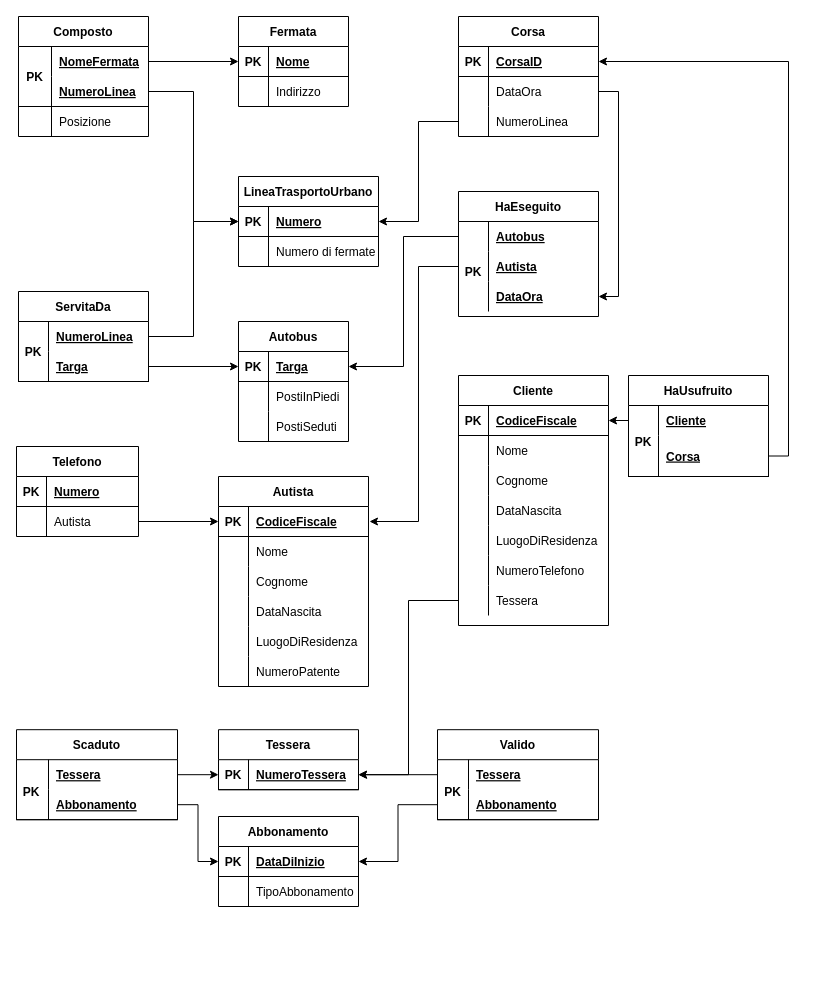
This is er/tables.drawio from AlessandroZanatta/DatabaseProject, a draw.io file, before an edit. Source tidied: cells renumbered, new cells numbered last; positions are measured from the earlier drawing's top-left corner, leaving out a move shared by most shapes. Both pictures are drawn from the tidied source at 100%, with x=0, y=0 at pixel (16, 16).
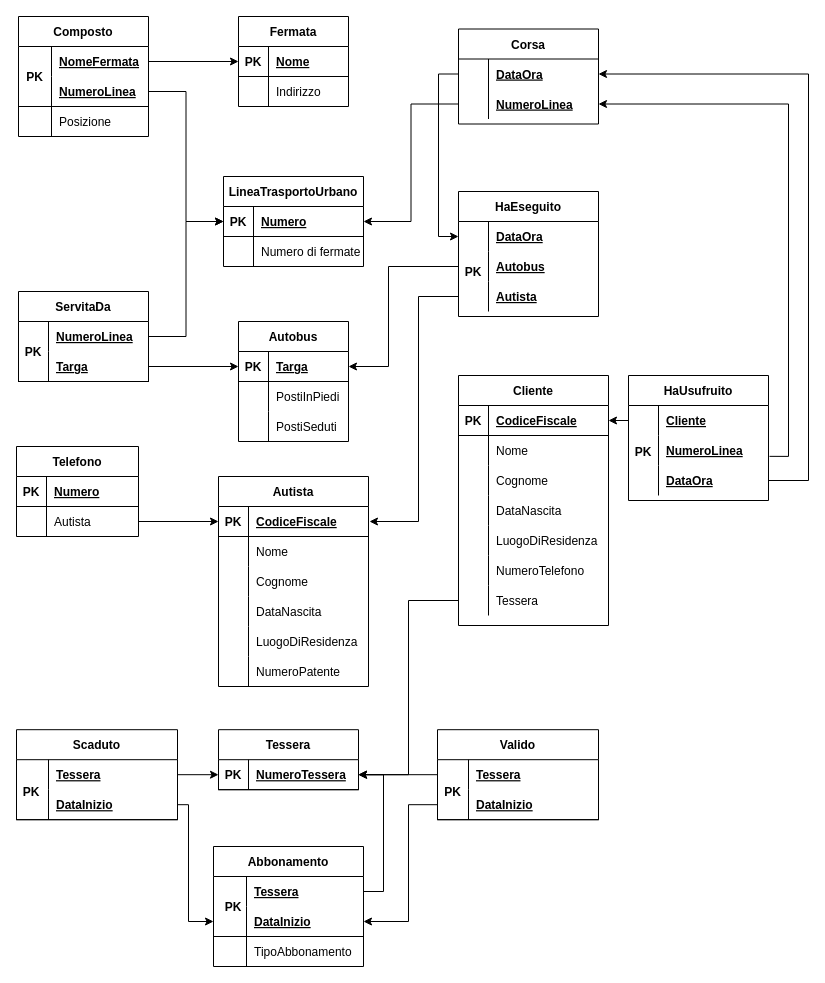
Above is the later version.

Unchanged cells that the change refers to:
```xml
<mxCell id="30" style="shape=partialRectangle;fillColor=none;top=0;left=0;bottom=1;right=0;points=[[0,0.5],[1,0.5]];portConstraint=eastwest;" parent="29" vertex="1">
  <mxGeometry y="30" width="110" height="30" as="geometry" />
</mxCell>
<mxCell id="49" style="shape=partialRectangle;fillColor=none;top=0;left=0;bottom=0;right=0;points=[[0,0.5],[1,0.5]];portConstraint=eastwest;" parent="48" vertex="1">
  <mxGeometry y="30" width="140" height="30" as="geometry" />
</mxCell>
<mxCell id="52" style="shape=partialRectangle;fillColor=none;top=0;left=0;bottom=0;right=0;points=[[0,0.5],[1,0.5]];portConstraint=eastwest;" parent="48" vertex="1">
  <mxGeometry y="60" width="140" height="30" as="geometry" />
</mxCell>
<mxCell id="55" style="shape=partialRectangle;fillColor=none;top=0;left=0;bottom=0;right=0;points=[[0,0.5],[1,0.5]];portConstraint=eastwest;" parent="48" vertex="1">
  <mxGeometry y="90" width="140" height="30" as="geometry" />
</mxCell>
<mxCell id="80" style="shape=partialRectangle;fillColor=none;top=0;left=0;bottom=1;right=0;points=[[0,0.5],[1,0.5]];portConstraint=eastwest;" parent="79" vertex="1">
  <mxGeometry y="30" width="150" height="30" as="geometry" />
</mxCell>
<mxCell id="130" value="Tessera" style="shape=table;startSize=30;childLayout=tableLayout;rowLines=0;fontStyle=1;align=center;" parent="1" vertex="1">
  <mxGeometry x="202" y="713.2" width="140" height="60" as="geometry" />
</mxCell>
<mxCell id="139" style="shape=partialRectangle;fillColor=none;top=0;left=0;bottom=1;right=0;points=[[0,0.5],[1,0.5]];portConstraint=eastwest;" parent="135" vertex="1">
  <mxGeometry y="60" width="161" height="30" as="geometry" />
</mxCell>
<mxCell id="155" style="shape=partialRectangle;fillColor=none;top=0;left=0;bottom=1;right=0;points=[[0,0.5],[1,0.5]];portConstraint=eastwest;" parent="151" vertex="1">
  <mxGeometry y="60" width="161" height="30" as="geometry" />
</mxCell>
```

What changed in the source:
```diff
@@
+    <mxCell id="109" value="HaUsufruito" style="shape=table;startSize=30;childLayout=tableLayout;rowLines=0;fontStyle=1;align=center;" parent="1" vertex="1">
+      <mxGeometry x="612" y="359" width="140" height="125" as="geometry" />
+    </mxCell>
+    <mxCell id="166" style="shape=partialRectangle;fillColor=none;top=0;left=0;bottom=0;right=0;" parent="109" vertex="1">
+      <mxGeometry y="30" width="140" height="30" as="geometry" />
+    </mxCell>
+    <mxCell id="167" style="shape=partialRectangle;fillColor=none;top=0;left=0;bottom=0;right=0;fontStyle=1;overflow=hidden;" parent="166" vertex="1">
+      <mxGeometry width="30" height="30" as="geometry" />
+    </mxCell>
+    <mxCell id="112" value="Cliente" style="shape=partialRectangle;fillColor=none;top=0;left=0;bottom=0;right=0;align=left;spacingLeft=6;fontStyle=5;overflow=hidden;" parent="166" vertex="1">
+      <mxGeometry x="30" width="110" height="30" as="geometry" />
+    </mxCell>
+    <mxCell id="168" style="shape=partialRectangle;fillColor=none;top=0;left=0;bottom=0;right=0;points=[[0,0.5],[1,0.5]];portConstraint=eastwest;" parent="109" vertex="1">
+      <mxGeometry y="60" width="140" height="30" as="geometry" />
+    </mxCell>
+    <mxCell id="169" style="shape=partialRectangle;fillColor=none;top=0;left=0;bottom=0;right=0;fontStyle=1;overflow=hidden;" parent="168" vertex="1">
+      <mxGeometry width="30" height="30" as="geometry" />
+    </mxCell>
+    <mxCell id="170" value="NumeroLinea" style="shape=partialRectangle;fillColor=none;top=0;left=0;bottom=0;right=0;align=left;spacingLeft=6;fontStyle=5;overflow=hidden;" parent="168" vertex="1">
+      <mxGeometry x="30" width="110" height="30" as="geometry" />
+    </mxCell>
+    <mxCell id="123" style="shape=partialRectangle;fillColor=none;top=0;left=0;bottom=0;right=0;points=[[0,0.5],[1,0.5]];portConstraint=eastwest;" parent="109" vertex="1">
+      <mxGeometry y="90" width="140" height="30" as="geometry" />
+    </mxCell>
+    <mxCell id="171" style="shape=partialRectangle;fillColor=none;top=0;left=0;bottom=0;right=0;fontStyle=1;overflow=hidden;" parent="123" vertex="1">
+      <mxGeometry width="30" height="30" as="geometry" />
+    </mxCell>
+    <mxCell id="172" value="DataOra" style="shape=partialRectangle;fillColor=none;top=0;left=0;bottom=0;right=0;align=left;spacingLeft=6;fontStyle=5;overflow=hidden;" parent="123" vertex="1">
+      <mxGeometry x="30" width="110" height="30" as="geometry" />
+    </mxCell>
@@
     <mxCell id="10" value="LineaTrasportoUrbano" style="shape=table;startSize=30;childLayout=tableLayout;rowLines=0;fontStyle=1;align=center;" parent="1" vertex="1">
-      <mxGeometry x="222" y="160" width="140" height="90" as="geometry" />
+      <mxGeometry x="207" y="160" width="140" height="90" as="geometry" />
     </mxCell>
@@
-    <mxCell id="51" value="Autobus" style="shape=partialRectangle;fillColor=none;top=0;left=0;bottom=0;right=0;align=left;spacingLeft=6;fontStyle=5;overflow=hidden;" parent="49" vertex="1">
+    <mxCell id="51" value="DataOra" style="shape=partialRectangle;fillColor=none;top=0;left=0;bottom=0;right=0;align=left;spacingLeft=6;fontStyle=5;overflow=hidden;" parent="49" vertex="1">
       <mxGeometry x="30" width="110" height="30" as="geometry" />
     </mxCell>
@@
-    <mxCell id="54" value="Autista" style="shape=partialRectangle;fillColor=none;top=0;left=0;bottom=0;right=0;align=left;spacingLeft=6;fontStyle=5;overflow=hidden;" parent="52" vertex="1">
+    <mxCell id="54" value="Autobus" style="shape=partialRectangle;fillColor=none;top=0;left=0;bottom=0;right=0;align=left;spacingLeft=6;fontStyle=5;overflow=hidden;" parent="52" vertex="1">
       <mxGeometry x="30" width="110" height="30" as="geometry" />
     </mxCell>
@@
-    <mxCell id="57" value="DataOra" style="shape=partialRectangle;fillColor=none;top=0;left=0;bottom=0;right=0;align=left;spacingLeft=6;fontStyle=5;overflow=hidden;" parent="55" vertex="1">
+    <mxCell id="57" value="Autista" style="shape=partialRectangle;fillColor=none;top=0;left=0;bottom=0;right=0;align=left;spacingLeft=6;fontStyle=5;overflow=hidden;" parent="55" vertex="1">
       <mxGeometry x="30" width="110" height="30" as="geometry" />
     </mxCell>
-    <mxCell id="58" style="edgeStyle=orthogonalEdgeStyle;rounded=0;jettySize=auto;html=1;exitX=0;exitY=0.5;exitDx=0;exitDy=0;entryX=1;entryY=0.5;entryDx=0;entryDy=0;" parent="1" edge="1" source="49" target="30">
-      <mxGeometry relative="1" as="geometry" />
+    <mxCell id="58" style="edgeStyle=orthogonalEdgeStyle;rounded=0;jettySize=auto;html=1;entryX=1;entryY=0.5;entryDx=0;entryDy=0;" parent="1" edge="1" target="30">
+      <mxGeometry relative="1" as="geometry">
+        <mxPoint x="442" y="250" as="sourcePoint" />
+        <Array as="points">
+          <mxPoint x="372" y="250" />
+          <mxPoint x="372" y="350" />
+        </Array>
+      </mxGeometry>
     </mxCell>
@@
-    <mxCell id="78" style="edgeStyle=orthogonalEdgeStyle;rounded=0;jettySize=auto;html=1;exitX=0;exitY=0.5;exitDx=0;exitDy=0;" parent="1" edge="1" source="52">
+    <mxCell id="78" style="edgeStyle=orthogonalEdgeStyle;rounded=0;jettySize=auto;html=1;exitX=0;exitY=0.5;exitDx=0;exitDy=0;" parent="1" edge="1" source="55">
       <mxGeometry relative="1" as="geometry">
         <mxPoint x="353" y="505" as="targetPoint" />
         <Array as="points">
-          <mxPoint x="402" y="250" />
+          <mxPoint x="402" y="280" />
           <mxPoint x="402" y="505" />
         </Array>
       </mxGeometry>
     </mxCell>
@@
-    <mxCell id="109" value="HaUsufruito" style="shape=table;startSize=30;childLayout=tableLayout;rowLines=0;fontStyle=1;align=center;" parent="1" vertex="1">
-      <mxGeometry x="612" y="359" width="140" height="101" as="geometry" />
-    </mxCell>
-    <mxCell id="110" style="shape=partialRectangle;fillColor=none;top=0;left=0;bottom=0;right=0;points=[[0,0.5],[1,0.5]];portConstraint=eastwest;" parent="109" vertex="1">
-      <mxGeometry y="30" width="140" height="30" as="geometry" />
-    </mxCell>
-    <mxCell id="111" style="shape=partialRectangle;fillColor=none;top=0;left=0;bottom=0;right=0;fontStyle=1;overflow=hidden;" parent="110" vertex="1">
-      <mxGeometry width="30" height="30" as="geometry" />
-    </mxCell>
-    <mxCell id="112" value="Cliente" style="shape=partialRectangle;fillColor=none;top=0;left=0;bottom=0;right=0;align=left;spacingLeft=6;fontStyle=5;overflow=hidden;" parent="110" vertex="1">
-      <mxGeometry x="30" width="110" height="30" as="geometry" />
-    </mxCell>
-    <mxCell id="113" style="shape=partialRectangle;fillColor=none;top=0;left=0;bottom=1;right=0;points=[[0,0.5],[1,0.5]];portConstraint=eastwest;" parent="109" vertex="1">
-      <mxGeometry y="60" width="140" height="41" as="geometry" />
-    </mxCell>
-    <mxCell id="114" style="shape=partialRectangle;fillColor=none;top=0;left=0;bottom=0;right=0;fontStyle=1;overflow=hidden;" parent="113" vertex="1">
-      <mxGeometry width="30" height="41" as="geometry" />
-    </mxCell>
-    <mxCell id="115" value="Corsa" style="shape=partialRectangle;fillColor=none;top=0;left=0;bottom=0;right=0;align=left;spacingLeft=6;fontStyle=5;overflow=hidden;" parent="113" vertex="1">
-      <mxGeometry x="30" width="110" height="41" as="geometry" />
-    </mxCell>
-    <mxCell id="116" value="Corsa" style="shape=table;startSize=30;childLayout=tableLayout;rowLines=0;fontStyle=1;align=center;" parent="1" vertex="1">
-      <mxGeometry x="442" width="140" height="120" as="geometry" />
-    </mxCell>
-    <mxCell id="117" style="shape=partialRectangle;fillColor=none;top=0;left=0;bottom=1;right=0;points=[[0,0.5],[1,0.5]];portConstraint=eastwest;" parent="116" vertex="1">
-      <mxGeometry y="30" width="140" height="30" as="geometry" />
-    </mxCell>
-    <mxCell id="118" value="PK" style="shape=partialRectangle;fillColor=none;top=0;left=0;bottom=0;right=0;fontStyle=1;overflow=hidden;" parent="117" vertex="1">
-      <mxGeometry width="30" height="30" as="geometry" />
-    </mxCell>
-    <mxCell id="119" value="CorsaID" style="shape=partialRectangle;fillColor=none;top=0;left=0;bottom=0;right=0;align=left;spacingLeft=6;fontStyle=5;overflow=hidden;" parent="117" vertex="1">
-      <mxGeometry x="30" width="110" height="30" as="geometry" />
-    </mxCell>
-    <mxCell id="120" style="shape=partialRectangle;fillColor=none;top=0;left=0;bottom=0;right=0;points=[[0,0.5],[1,0.5]];portConstraint=eastwest;" parent="116" vertex="1">
-      <mxGeometry y="60" width="140" height="30" as="geometry" />
-    </mxCell>
-    <mxCell id="121" style="shape=partialRectangle;fillColor=none;top=0;left=0;bottom=0;right=0;overflow=hidden;" parent="120" vertex="1">
-      <mxGeometry width="30" height="30" as="geometry" />
-    </mxCell>
-    <mxCell id="122" value="DataOra" style="shape=partialRectangle;fillColor=none;top=0;left=0;bottom=0;right=0;align=left;spacingLeft=6;overflow=hidden;" parent="120" vertex="1">
-      <mxGeometry x="30" width="110" height="30" as="geometry" />
-    </mxCell>
-    <mxCell id="123" style="shape=partialRectangle;fillColor=none;top=0;left=0;bottom=0;right=0;points=[[0,0.5],[1,0.5]];portConstraint=eastwest;" parent="116" vertex="1">
-      <mxGeometry y="90" width="140" height="30" as="geometry" />
-    </mxCell>
-    <mxCell id="124" style="shape=partialRectangle;fillColor=none;top=0;left=0;bottom=0;right=0;overflow=hidden;" parent="123" vertex="1">
-      <mxGeometry width="30" height="30" as="geometry" />
-    </mxCell>
-    <mxCell id="125" value="NumeroLinea" style="shape=partialRectangle;fillColor=none;top=0;left=0;bottom=0;right=0;align=left;spacingLeft=6;overflow=hidden;" parent="123" vertex="1">
-      <mxGeometry x="30" width="110" height="30" as="geometry" />
-    </mxCell>
-    <mxCell id="126" style="edgeStyle=orthogonalEdgeStyle;rounded=0;jettySize=auto;html=1;exitX=0;exitY=0.5;exitDx=0;exitDy=0;entryX=1;entryY=0.5;entryDx=0;entryDy=0;" parent="1" edge="1" source="123" target="10">
+    <mxCell id="126" style="edgeStyle=orthogonalEdgeStyle;rounded=0;jettySize=auto;html=1;exitX=0;exitY=0.5;exitDx=0;exitDy=0;entryX=1;entryY=0.5;entryDx=0;entryDy=0;" parent="1" edge="1" source="176" target="10">
       <mxGeometry relative="1" as="geometry" />
     </mxCell>
-    <mxCell id="127" style="edgeStyle=orthogonalEdgeStyle;rounded=0;jettySize=auto;html=1;exitX=1;exitY=0.5;exitDx=0;exitDy=0;entryX=1;entryY=0.5;entryDx=0;entryDy=0;" parent="1" edge="1" source="120" target="55">
-      <mxGeometry relative="1" as="geometry">
-        <Array as="points">
-          <mxPoint x="602" y="75" />
-          <mxPoint x="602" y="280" />
-        </Array>
-      </mxGeometry>
-    </mxCell>
-    <mxCell id="128" style="edgeStyle=orthogonalEdgeStyle;rounded=0;jettySize=auto;html=1;exitX=1;exitY=0.5;exitDx=0;exitDy=0;entryX=1;entryY=0.5;entryDx=0;entryDy=0;" parent="1" edge="1" source="113" target="117">
-      <mxGeometry relative="1" as="geometry" />
-    </mxCell>
-    <mxCell id="129" style="edgeStyle=orthogonalEdgeStyle;rounded=0;jettySize=auto;html=1;exitX=0;exitY=0.5;exitDx=0;exitDy=0;entryX=1;entryY=0.5;entryDx=0;entryDy=0;" parent="1" edge="1" source="110" target="80">
-      <mxGeometry relative="1" as="geometry" />
+    <mxCell id="129" style="edgeStyle=orthogonalEdgeStyle;rounded=0;jettySize=auto;html=1;exitX=0;exitY=0.5;exitDx=0;exitDy=0;entryX=1;entryY=0.5;entryDx=0;entryDy=0;" parent="1" edge="1" target="80">
+      <mxGeometry relative="1" as="geometry">
+        <mxPoint x="612" y="404" as="sourcePoint" />
+      </mxGeometry>
     </mxCell>
@@
-    <mxCell id="141" value="Abbonamento" style="shape=partialRectangle;fillColor=none;top=0;left=0;bottom=0;right=0;align=left;spacingLeft=6;fontStyle=5;overflow=hidden;" parent="139" vertex="1">
+    <mxCell id="141" value="DataInizio" style="shape=partialRectangle;fillColor=none;top=0;left=0;bottom=0;right=0;align=left;spacingLeft=6;fontStyle=5;overflow=hidden;" parent="139" vertex="1">
       <mxGeometry x="32" width="129" height="30" as="geometry" />
     </mxCell>
-    <mxCell id="142" value="Abbonamento" style="shape=table;startSize=30;childLayout=tableLayout;rowLines=0;fontStyle=1;align=center;" parent="1" vertex="1">
-      <mxGeometry x="202" y="800" width="140" height="90" as="geometry" />
-    </mxCell>
-    <mxCell id="143" style="shape=partialRectangle;fillColor=none;top=0;left=0;bottom=1;right=0;points=[[0,0.5],[1,0.5]];portConstraint=eastwest;" parent="142" vertex="1">
-      <mxGeometry y="30" width="140" height="30" as="geometry" />
-    </mxCell>
-    <mxCell id="144" value="PK" style="shape=partialRectangle;fillColor=none;top=0;left=0;bottom=0;right=0;fontStyle=1;overflow=hidden;" parent="143" vertex="1">
-      <mxGeometry width="30" height="30" as="geometry" />
-    </mxCell>
-    <mxCell id="145" value="DataDiInizio" style="shape=partialRectangle;fillColor=none;top=0;left=0;bottom=0;right=0;align=left;spacingLeft=6;fontStyle=5;overflow=hidden;" parent="143" vertex="1">
-      <mxGeometry x="30" width="110" height="30" as="geometry" />
-    </mxCell>
-    <mxCell id="146" style="shape=partialRectangle;fillColor=none;top=0;left=0;bottom=0;right=0;" parent="142" vertex="1">
-      <mxGeometry y="60" width="140" height="30" as="geometry" />
-    </mxCell>
-    <mxCell id="147" style="shape=partialRectangle;fillColor=none;top=0;left=0;bottom=0;right=0;overflow=hidden;" parent="146" vertex="1">
-      <mxGeometry width="30" height="30" as="geometry" />
-    </mxCell>
-    <mxCell id="148" value="TipoAbbonamento" style="shape=partialRectangle;fillColor=none;top=0;left=0;bottom=0;right=0;align=left;spacingLeft=6;overflow=hidden;" parent="146" vertex="1">
-      <mxGeometry x="30" width="110" height="30" as="geometry" />
-    </mxCell>
-    <mxCell id="149" style="edgeStyle=orthogonalEdgeStyle;rounded=0;jettySize=auto;html=1;exitX=1;exitY=0.5;exitDx=0;exitDy=0;entryX=0;entryY=0.5;entryDx=0;entryDy=0;" parent="1" edge="1" source="139" target="143">
-      <mxGeometry relative="1" as="geometry" />
+    <mxCell id="149" style="edgeStyle=orthogonalEdgeStyle;rounded=0;jettySize=auto;html=1;exitX=1;exitY=0.5;exitDx=0;exitDy=0;entryX=0;entryY=0.5;entryDx=0;entryDy=0;" parent="1" edge="1" source="139" target="182">
+      <mxGeometry relative="1" as="geometry">
+        <Array as="points">
+          <mxPoint x="172" y="788" />
+          <mxPoint x="172" y="905" />
+        </Array>
+      </mxGeometry>
     </mxCell>
@@
-    <mxCell id="157" value="Abbonamento" style="shape=partialRectangle;fillColor=none;top=0;left=0;bottom=0;right=0;align=left;spacingLeft=6;fontStyle=5;overflow=hidden;" parent="155" vertex="1">
+    <mxCell id="157" value="DataInizio" style="shape=partialRectangle;fillColor=none;top=0;left=0;bottom=0;right=0;align=left;spacingLeft=6;fontStyle=5;overflow=hidden;" parent="155" vertex="1">
       <mxGeometry x="31" width="130" height="30" as="geometry" />
     </mxCell>
@@
-    <mxCell id="159" style="edgeStyle=orthogonalEdgeStyle;rounded=0;jettySize=auto;html=1;exitX=0;exitY=0.5;exitDx=0;exitDy=0;entryX=1;entryY=0.5;entryDx=0;entryDy=0;" parent="1" edge="1" source="155" target="143">
-      <mxGeometry relative="1" as="geometry" />
+    <mxCell id="159" style="edgeStyle=orthogonalEdgeStyle;rounded=0;jettySize=auto;html=1;exitX=0;exitY=0.5;exitDx=0;exitDy=0;entryX=1;entryY=0.5;entryDx=0;entryDy=0;" parent="1" edge="1" source="155" target="182">
+      <mxGeometry relative="1" as="geometry">
+        <Array as="points">
+          <mxPoint x="392" y="788" />
+          <mxPoint x="392" y="905" />
+        </Array>
+      </mxGeometry>
     </mxCell>
@@
     <mxCell id="163" value="PK" style="shape=partialRectangle;fillColor=none;top=0;left=0;bottom=0;right=0;fontStyle=1;overflow=hidden;" parent="1" vertex="1">
-      <mxGeometry x="612" y="410" width="30" height="30" as="geometry" />
+      <mxGeometry x="612" y="420" width="30" height="30" as="geometry" />
     </mxCell>
@@
+    <mxCell id="116" value="Corsa" style="shape=table;startSize=30;childLayout=tableLayout;rowLines=0;fontStyle=1;align=center;" parent="1" vertex="1">
+      <mxGeometry x="442" y="12.5" width="140" height="95" as="geometry" />
+    </mxCell>
+    <mxCell id="173" style="shape=partialRectangle;fillColor=none;top=0;left=0;bottom=0;right=0;points=[[0,0.5],[1,0.5]];portConstraint=eastwest;" parent="116" vertex="1">
+      <mxGeometry y="30" width="140" height="30" as="geometry" />
+    </mxCell>
+    <mxCell id="174" style="shape=partialRectangle;fillColor=none;top=0;left=0;bottom=0;right=0;fontStyle=1;overflow=hidden;" parent="173" vertex="1">
+      <mxGeometry width="30" height="30" as="geometry" />
+    </mxCell>
+    <mxCell id="175" value="DataOra" style="shape=partialRectangle;fillColor=none;top=0;left=0;bottom=0;right=0;align=left;spacingLeft=6;fontStyle=5;overflow=hidden;" parent="173" vertex="1">
+      <mxGeometry x="30" width="110" height="30" as="geometry" />
+    </mxCell>
+    <mxCell id="176" style="shape=partialRectangle;fillColor=none;top=0;left=0;bottom=0;right=0;points=[[0,0.5],[1,0.5]];portConstraint=eastwest;" parent="116" vertex="1">
+      <mxGeometry y="60" width="140" height="30" as="geometry" />
+    </mxCell>
+    <mxCell id="177" style="shape=partialRectangle;fillColor=none;top=0;left=0;bottom=0;right=0;fontStyle=1;overflow=hidden;" parent="176" vertex="1">
+      <mxGeometry width="30" height="30" as="geometry" />
+    </mxCell>
+    <mxCell id="178" value="NumeroLinea" style="shape=partialRectangle;fillColor=none;top=0;left=0;bottom=0;right=0;align=left;spacingLeft=6;fontStyle=5;overflow=hidden;" parent="176" vertex="1">
+      <mxGeometry x="30" width="110" height="30" as="geometry" />
+    </mxCell>
+    <mxCell id="142" value="Abbonamento" style="shape=table;startSize=30;childLayout=tableLayout;rowLines=0;fontStyle=1;align=center;" parent="1" vertex="1">
+      <mxGeometry x="197" y="830" width="150" height="120" as="geometry" />
+    </mxCell>
+    <mxCell id="179" style="shape=partialRectangle;fillColor=none;top=0;left=0;bottom=0;right=0;points=[[0,0.5],[1,0.5]];portConstraint=eastwest;" parent="142" vertex="1">
+      <mxGeometry y="30" width="150" height="30" as="geometry" />
+    </mxCell>
+    <mxCell id="180" style="shape=partialRectangle;fillColor=none;top=0;left=0;bottom=0;right=0;fontStyle=1;overflow=hidden;" parent="179" vertex="1">
+      <mxGeometry width="33" height="30" as="geometry" />
+    </mxCell>
+    <mxCell id="181" value="Tessera" style="shape=partialRectangle;fillColor=none;top=0;left=0;bottom=0;right=0;align=left;spacingLeft=6;fontStyle=5;overflow=hidden;" parent="179" vertex="1">
+      <mxGeometry x="33" width="117" height="30" as="geometry" />
+    </mxCell>
+    <mxCell id="182" style="shape=partialRectangle;fillColor=none;top=0;left=0;bottom=1;right=0;points=[[0,0.5],[1,0.5]];portConstraint=eastwest;" parent="142" vertex="1">
+      <mxGeometry y="60" width="150" height="30" as="geometry" />
+    </mxCell>
+    <mxCell id="183" style="shape=partialRectangle;fillColor=none;top=0;left=0;bottom=0;right=0;fontStyle=1;overflow=hidden;" parent="182" vertex="1">
+      <mxGeometry width="33" height="30" as="geometry" />
+    </mxCell>
+    <mxCell id="184" value="DataInizio" style="shape=partialRectangle;fillColor=none;top=0;left=0;bottom=0;right=0;align=left;spacingLeft=6;fontStyle=5;overflow=hidden;" parent="182" vertex="1">
+      <mxGeometry x="33" width="117" height="30" as="geometry" />
+    </mxCell>
+    <mxCell id="185" style="shape=partialRectangle;fillColor=none;top=0;left=0;bottom=0;right=0;" parent="142" vertex="1">
+      <mxGeometry y="90" width="150" height="30" as="geometry" />
+    </mxCell>
+    <mxCell id="186" style="shape=partialRectangle;fillColor=none;top=0;left=0;bottom=0;right=0;overflow=hidden;" parent="185" vertex="1">
+      <mxGeometry width="33" height="30" as="geometry" />
+    </mxCell>
+    <mxCell id="148" value="TipoAbbonamento" style="shape=partialRectangle;fillColor=none;top=0;left=0;bottom=0;right=0;align=left;spacingLeft=6;overflow=hidden;" parent="185" vertex="1">
+      <mxGeometry x="33" width="117" height="30" as="geometry" />
+    </mxCell>
+    <mxCell id="187" value="PK" style="shape=partialRectangle;fillColor=none;top=0;left=0;bottom=0;right=0;fontStyle=1;overflow=hidden;" parent="1" vertex="1">
+      <mxGeometry x="202" y="875" width="30" height="30" as="geometry" />
+    </mxCell>
+    <mxCell id="188" style="edgeStyle=orthogonalEdgeStyle;rounded=0;jettySize=auto;html=1;exitX=0;exitY=0.5;exitDx=0;exitDy=0;entryX=0;entryY=0.5;entryDx=0;entryDy=0;" parent="1" edge="1" source="173" target="49">
+      <mxGeometry relative="1" as="geometry" />
+    </mxCell>
+    <mxCell id="189" style="edgeStyle=orthogonalEdgeStyle;rounded=0;jettySize=auto;html=1;exitX=1.007;exitY=0.695;exitDx=0;exitDy=0;entryX=1;entryY=0.5;entryDx=0;entryDy=0;exitPerimeter=0;" parent="1" edge="1" source="168" target="176">
+      <mxGeometry relative="1" as="geometry" />
+    </mxCell>
+    <mxCell id="190" style="edgeStyle=orthogonalEdgeStyle;rounded=0;jettySize=auto;html=1;exitX=1;exitY=0.5;exitDx=0;exitDy=0;entryX=1;entryY=0.5;entryDx=0;entryDy=0;" parent="1" edge="1" source="123" target="173">
+      <mxGeometry relative="1" as="geometry">
+        <Array as="points">
+          <mxPoint x="792" y="464" />
+          <mxPoint x="792" y="57" />
+        </Array>
+      </mxGeometry>
+    </mxCell>
+    <mxCell id="191" style="edgeStyle=orthogonalEdgeStyle;rounded=0;jettySize=auto;html=1;exitX=1;exitY=0.5;exitDx=0;exitDy=0;entryX=1;entryY=0.75;entryDx=0;entryDy=0;" parent="1" edge="1" source="179" target="130">
+      <mxGeometry relative="1" as="geometry" />
+    </mxCell>
```
